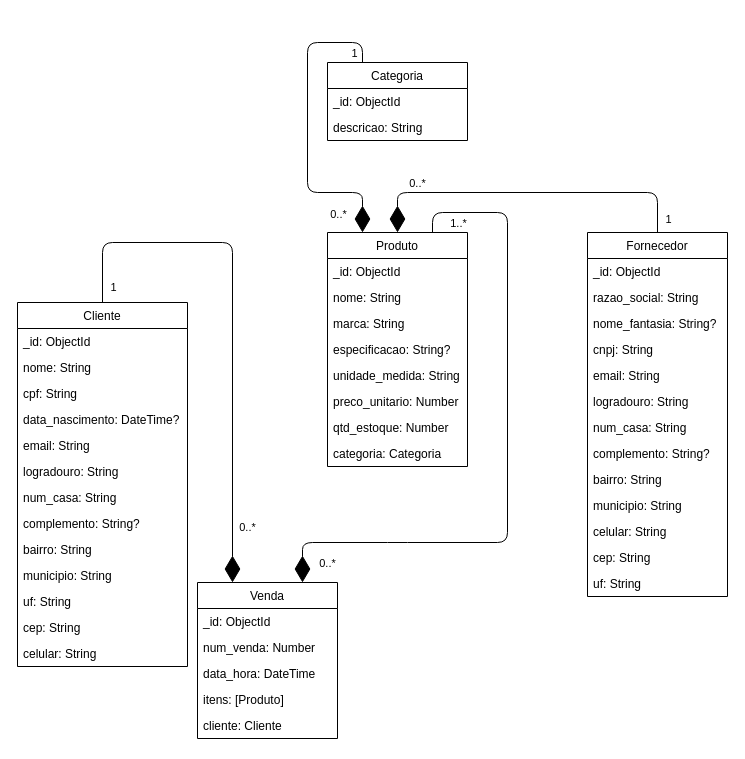
This is docs/NoAM.drawio from faustocintra/bn-not-2024-2, a draw.io file, before an edit. Source tidied: cells renumbered, new cells numbered last; positions are measured from the earlier drawing's top-left corner, leaving out a move shared by most shapes. Both pictures are drawn from the tidied source at 100%, with x=0, y=0 at pixel (17, 42).
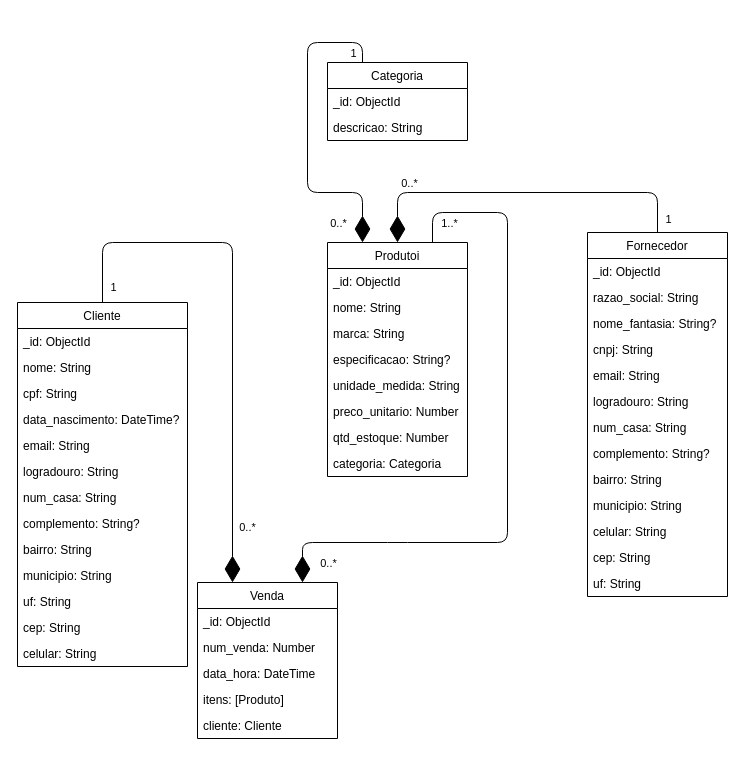
After the change.

Commit message (it also covers changes not shown here):
(26/08) Início do diagrama NoAM

What changed in the source:
```diff
@@
-    <mxCell id="16" value="Produto" style="swimlane;fontStyle=0;horizontal=1;startSize=26;fillColor=none;" parent="1" vertex="1">
-      <mxGeometry x="310" y="190" width="140" height="234" as="geometry" />
+    <mxCell id="16" value="Produtoi" style="swimlane;fontStyle=0;horizontal=1;startSize=26;fillColor=none;" parent="1" vertex="1">
+      <mxGeometry x="310" y="200" width="140" height="234" as="geometry" />
     </mxCell>
```
